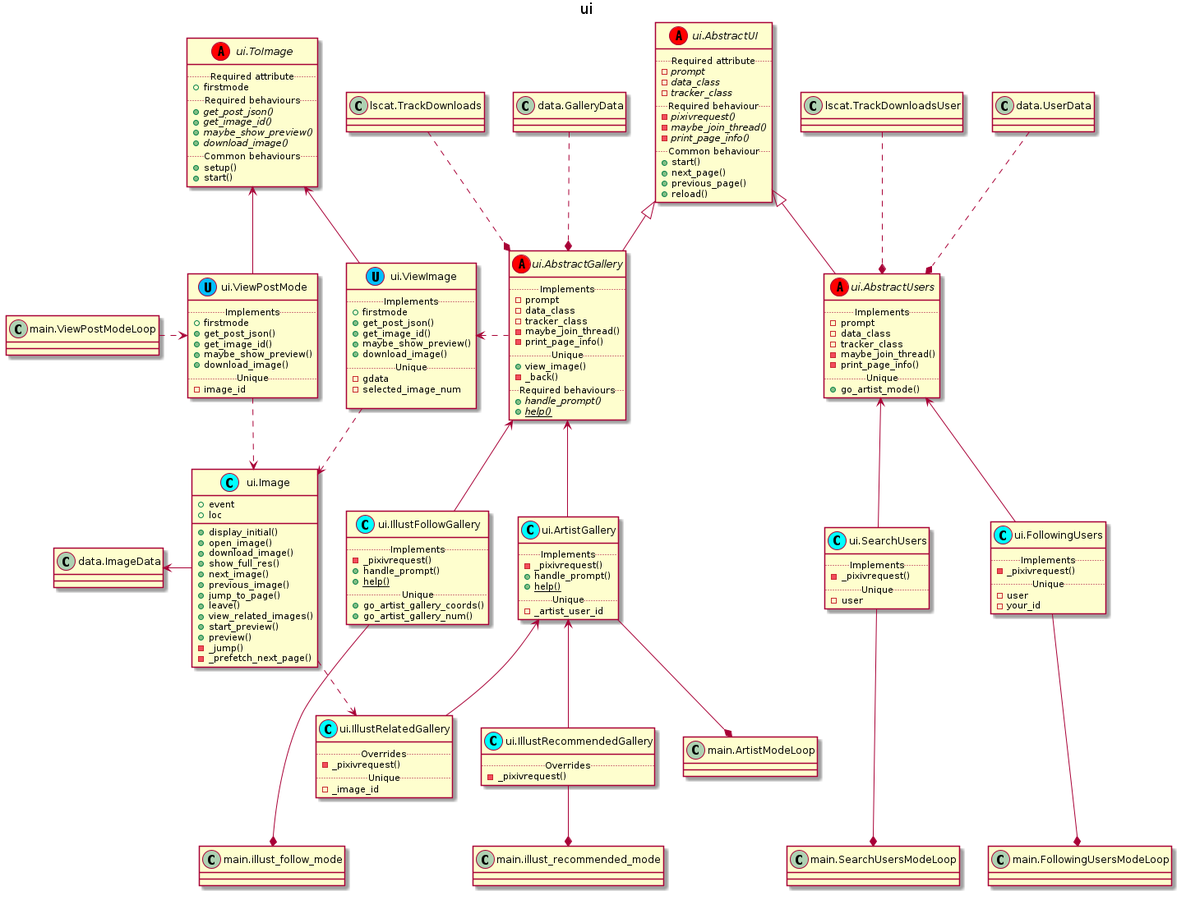
akazukin5151/koneko keeps this PlantUML diagram as puml/classes/render/ui.png. Above is the earlier version. Its diagram source:
```plantuml
@startuml

title ui
set namespaceSeparator none

abstract class ui.AbstractUI <<(A, red)>>{
    ..Required attribute..
    - {abstract} prompt
    - {abstract} data_class
    - {abstract} tracker_class
    ..Required behaviour..
    -{abstract}pixivrequest()
    -{abstract}maybe_join_thread()
    -{abstract}print_page_info()
    ..Common behaviour..
    +start()
    +next_page()
    +previous_page()
    +reload()
}

abstract class ui.AbstractGallery <<(A, red)>>{
    ..Implements..
    - prompt
    - data_class
    - tracker_class
    -maybe_join_thread()
    -print_page_info()
    ..Unique..
    +view_image()
    -_back()
    ..Required behaviours..
    +{abstract}handle_prompt()
    +{abstract}{static}help()
}

class ui.ArtistGallery <<(C, cyan)>>{
    ..Implements..
    -_pixivrequest()
    +handle_prompt()
    +{static}help()
    ..Unique..
    - _artist_user_id
}

class ui.IllustRecommendedGallery <<(C, cyan)>>{
    ..Overrides..
    -_pixivrequest()
}

class ui.IllustRelatedGallery <<(C, cyan)>>{
    ..Overrides..
    -_pixivrequest()
    ..Unique..
    - _image_id
}

class ui.IllustFollowGallery <<(C, cyan)>>{
    ..Implements..
    -_pixivrequest()
    +handle_prompt()
    +{static}help()
    ..Unique..
    +go_artist_gallery_coords()
    +go_artist_gallery_num()
}

ui.AbstractUI <|-- ui.AbstractGallery

ui.AbstractGallery <-- ui.IllustFollowGallery

ui.AbstractGallery <-- ui.ArtistGallery

ui.ArtistGallery <-- ui.IllustRecommendedGallery
ui.ArtistGallery <-- ui.IllustRelatedGallery

main.ArtistModeLoop *-up- ui.ArtistGallery
main.illust_follow_mode *-up-- ui.IllustFollowGallery
main.illust_recommended_mode *-up- ui.IllustRecommendedGallery


abstract class ui.AbstractUsers <<(A, red)>>{
    ..Implements..
    - prompt
    - data_class
    - tracker_class
    -maybe_join_thread()
    -print_page_info()
    ..Unique..
    +go_artist_mode()
}

class ui.FollowingUsers <<(C, cyan)>> {
    ..Implements..
    -_pixivrequest()
    ..Unique..
    - user
    - your_id
}

class ui.SearchUsers <<(C, cyan)>> {
    ..Implements..
    -_pixivrequest()
    ..Unique..
    - user
}

ui.AbstractUI <|-- ui.AbstractUsers
ui.AbstractUsers <-- ui.FollowingUsers
ui.AbstractUsers <-- ui.SearchUsers
main.FollowingUsersModeLoop *-up-- ui.FollowingUsers
main.SearchUsersModeLoop *-up-- ui.SearchUsers



abstract class ui.ToImage <<(A, red)>>{
    ..Required attribute..
    + firstmode
    ..Required behaviours..
    +{abstract}get_post_json()
    +{abstract}get_image_id()
    +{abstract}maybe_show_preview()
    +{abstract}download_image()
    ..Common behaviours..
    +setup()
    +start()
}

class ui.ViewImage <<(U, DeepSkyBlue)>>{
    ..Implements..
    + firstmode
    +get_post_json()
    +get_image_id()
    +maybe_show_preview()
    +download_image()
    ..Unique..
    - gdata
    - selected_image_num

}

class ui.ViewPostMode <<(U, DeepSkyBlue)>>{
    ..Implements..
    + firstmode
    +get_post_json()
    +get_image_id()
    +maybe_show_preview()
    +download_image()
    ..Unique..
    - image_id
}

ui.ViewImage -up-> ui.ToImage
ui.ViewPostMode -up-> ui.ToImage

class ui.Image <<(C, cyan)>>{
    + event
    + loc
    +display_initial()
    +open_image()
    +download_image()
    +show_full_res()
    +next_image()
    +previous_image()
    +jump_to_page()
    +leave()
    +view_related_images()
    +start_preview()
    +preview()
    -_jump()
    -_prefetch_next_page()
}

main.ViewPostModeLoop ..right.> ui.ViewPostMode

ui.ViewPostMode ..> ui.Image
ui.ViewImage ..> ui.Image
ui.ViewImage <.left. ui.AbstractGallery

ui.Image ..> ui.IllustRelatedGallery



ui.AbstractGallery *.up. data.GalleryData
ui.AbstractUsers *.up. data.UserData
ui.Image -left-> data.ImageData

ui.ViewPostMode -right[hidden]-> ui.ViewImage

ui.AbstractUsers *.up. lscat.TrackDownloadsUser
ui.AbstractGallery *.up. lscat.TrackDownloads

@enduml
```
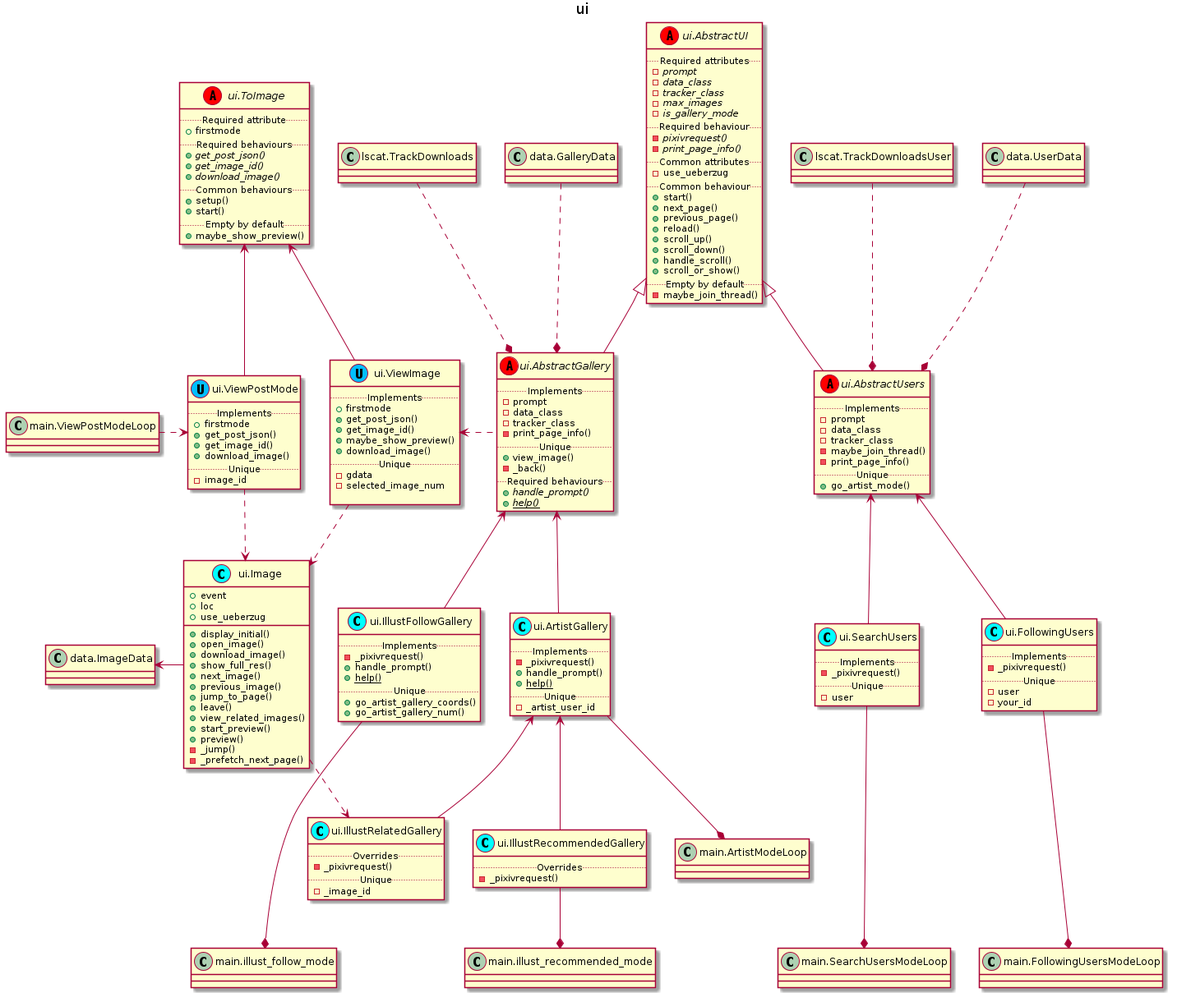
After the commit.

What changed in the source:
```diff
@@ -4,19 +4,28 @@
 set namespaceSeparator none
 
 abstract class ui.AbstractUI <<(A, red)>>{
-    ..Required attribute..
+    ..Required attributes..
     - {abstract} prompt
     - {abstract} data_class
     - {abstract} tracker_class
+    - {abstract} max_images
+    - {abstract} is_gallery_mode
     ..Required behaviour..
     -{abstract}pixivrequest()
-    -{abstract}maybe_join_thread()
     -{abstract}print_page_info()
+    ..Common attributes..
+    - use_ueberzug
     ..Common behaviour..
     +start()
     +next_page()
     +previous_page()
     +reload()
+    +scroll_up()
+    +scroll_down()
+    +handle_scroll()
+    +scroll_or_show()
+    ..Empty by default..
+    -maybe_join_thread()
 }
 
 abstract class ui.AbstractGallery <<(A, red)>>{
@@ -24,7 +33,6 @@
     - prompt
     - data_class
     - tracker_class
-    -maybe_join_thread()
     -print_page_info()
     ..Unique..
     +view_image()
@@ -119,11 +127,12 @@
     ..Required behaviours..
     +{abstract}get_post_json()
     +{abstract}get_image_id()
-    +{abstract}maybe_show_preview()
     +{abstract}download_image()
     ..Common behaviours..
     +setup()
     +start()
+    ..Empty by default..
+    +maybe_show_preview()
 }
 
 class ui.ViewImage <<(U, DeepSkyBlue)>>{
@@ -144,7 +153,6 @@
     + firstmode
     +get_post_json()
     +get_image_id()
-    +maybe_show_preview()
     +download_image()
     ..Unique..
     - image_id
@@ -156,6 +164,7 @@
 class ui.Image <<(C, cyan)>>{
     + event
     + loc
+    + use_ueberzug
     +display_initial()
     +open_image()
     +download_image()
```
